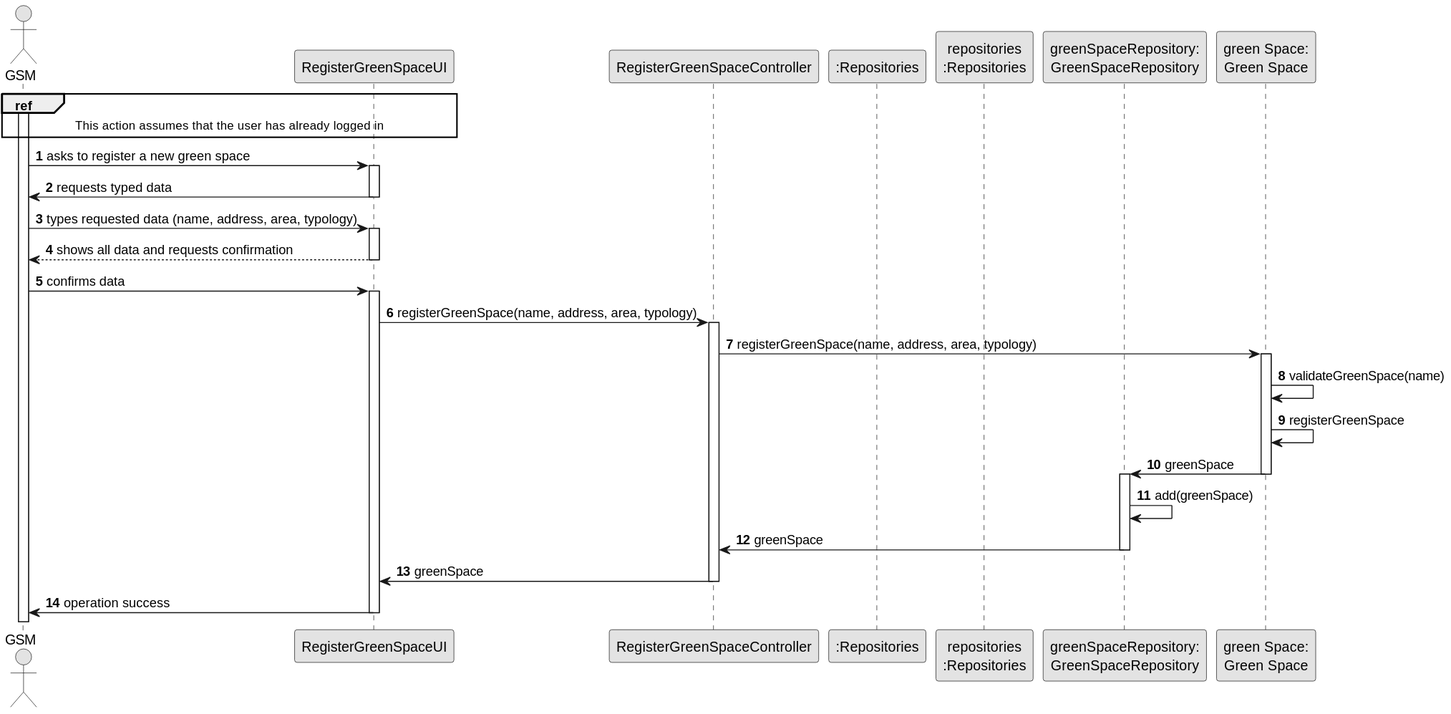
LopemigueISEP/lei-24-s2-1nb-g312 keeps this PlantUML diagram as docs/sprintC/US020/03.design/svg/us20-sequence-diagram-full.svg. Above is the earlier version.
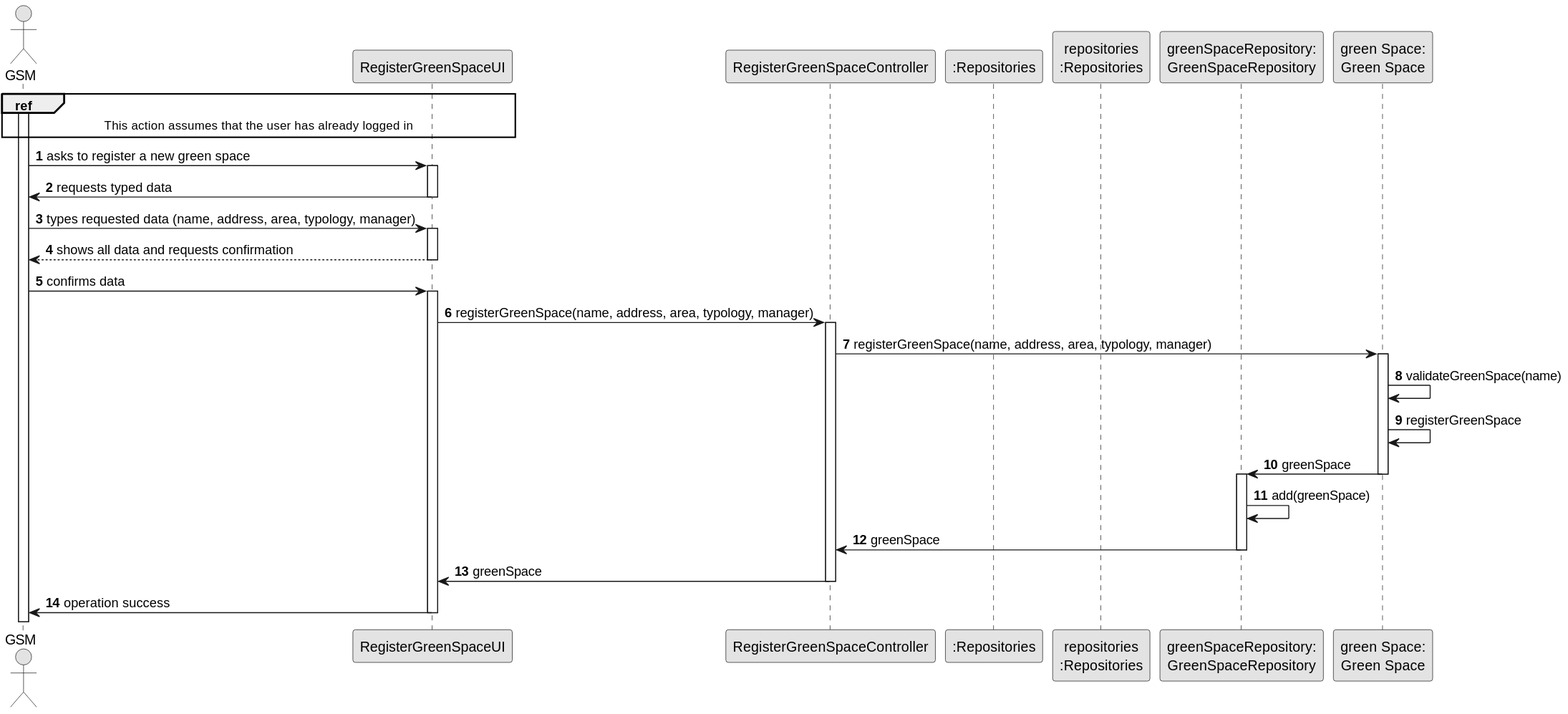
The same diagram one commit later.

The edit, as a diff of the source:
```diff
@@ -22,7 +22,7 @@
 UI -> GSM : requests typed data
 deactivate UI
 
-GSM -> UI : types requested data (name, address, area, typology)
+GSM -> UI : types requested data (name, address, area, typology, manager)
 activate UI
 
 UI --> GSM : shows all data and requests confirmation
@@ -31,10 +31,10 @@
 GSM -> UI : confirms data
 activate UI
 
-UI -> CTRL : registerGreenSpace(name, address, area, typology)
+UI -> CTRL : registerGreenSpace(name, address, area, typology, manager)
 activate CTRL
 
-CTRL -> GREENSPACE : registerGreenSpace(name, address, area, typology)
+CTRL -> GREENSPACE : registerGreenSpace(name, address, area, typology, manager)
 activate GREENSPACE
 
 GREENSPACE -> GREENSPACE : validateGreenSpace(name)
```
